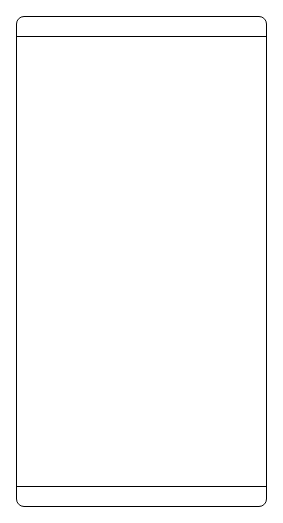
This is Music Flow.drawio from CorpDK/Drawing, a draw.io file, before an edit. Source tidied: cells renumbered, new cells numbered last; positions are measured from the earlier drawing's top-left corner, leaving out a move shared by most shapes. Both pictures are drawn from the tidied source at 100%, with x=0, y=0 at pixel (16, 16).
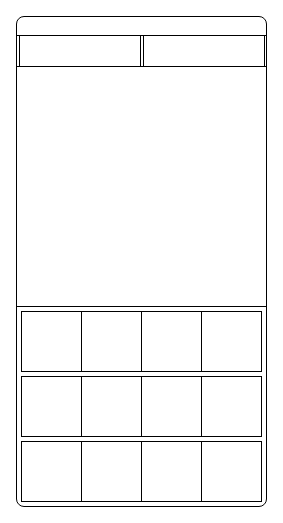
After the change.

What changed in the source:
```diff
@@
-    <mxCell id="3" style="rounded=0;whiteSpace=wrap;html=1;" parent="1" vertex="1">
-      <mxGeometry y="20" width="250" height="450" as="geometry" />
-    </mxCell>
+    <mxCell id="4" style="endArrow=none;html=1;exitX=1;exitY=0.5;exitDx=0;exitDy=0;entryX=0;entryY=0.5;entryDx=0;entryDy=0;" parent="1" edge="1">
+      <mxGeometry relative="1" as="geometry">
+        <mxPoint x="250" y="19" as="sourcePoint" />
+        <mxPoint y="19" as="targetPoint" />
+      </mxGeometry>
+    </mxCell>
+    <mxCell id="5" style="rounded=0;whiteSpace=wrap;html=1;" parent="1" vertex="1">
+      <mxGeometry y="19" width="250" height="31" as="geometry" />
+    </mxCell>
+    <mxCell id="6" style="rounded=0;whiteSpace=wrap;html=1;" parent="1" vertex="1">
+      <mxGeometry x="3" y="19" width="121" height="31" as="geometry" />
+    </mxCell>
+    <mxCell id="7" style="rounded=0;whiteSpace=wrap;html=1;" parent="1" vertex="1">
+      <mxGeometry x="127" y="19" width="121" height="31" as="geometry" />
+    </mxCell>
+    <mxCell id="8" style="endArrow=none;html=1;entryX=1;entryY=0.5;entryDx=0;entryDy=0;exitX=0;exitY=0.5;exitDx=0;exitDy=0;" parent="1" edge="1">
+      <mxGeometry relative="1" as="geometry">
+        <mxPoint y="290" as="sourcePoint" />
+        <mxPoint x="250" y="290" as="targetPoint" />
+      </mxGeometry>
+    </mxCell>
+    <mxCell id="9" style="whiteSpace=wrap;html=1;" parent="1" vertex="1">
+      <mxGeometry x="5" y="295" width="60" height="60" as="geometry" />
+    </mxCell>
+    <mxCell id="10" style="whiteSpace=wrap;html=1;" parent="1" vertex="1">
+      <mxGeometry x="65" y="295" width="60" height="60" as="geometry" />
+    </mxCell>
+    <mxCell id="11" style="whiteSpace=wrap;html=1;" parent="1" vertex="1">
+      <mxGeometry x="125" y="295" width="60" height="60" as="geometry" />
+    </mxCell>
+    <mxCell id="12" style="whiteSpace=wrap;html=1;" parent="1" vertex="1">
+      <mxGeometry x="185" y="295" width="60" height="60" as="geometry" />
+    </mxCell>
+    <mxCell id="13" style="whiteSpace=wrap;html=1;" parent="1" vertex="1">
+      <mxGeometry x="5" y="360" width="60" height="60" as="geometry" />
+    </mxCell>
+    <mxCell id="14" style="whiteSpace=wrap;html=1;" parent="1" vertex="1">
+      <mxGeometry x="65" y="360" width="60" height="60" as="geometry" />
+    </mxCell>
+    <mxCell id="15" style="whiteSpace=wrap;html=1;" parent="1" vertex="1">
+      <mxGeometry x="125" y="360" width="60" height="60" as="geometry" />
+    </mxCell>
+    <mxCell id="16" style="whiteSpace=wrap;html=1;" parent="1" vertex="1">
+      <mxGeometry x="185" y="360" width="60" height="60" as="geometry" />
+    </mxCell>
+    <mxCell id="17" style="whiteSpace=wrap;html=1;" parent="1" vertex="1">
+      <mxGeometry x="5" y="425" width="60" height="60" as="geometry" />
+    </mxCell>
+    <mxCell id="18" style="whiteSpace=wrap;html=1;" parent="1" vertex="1">
+      <mxGeometry x="65" y="425" width="60" height="60" as="geometry" />
+    </mxCell>
+    <mxCell id="19" style="whiteSpace=wrap;html=1;" parent="1" vertex="1">
+      <mxGeometry x="125" y="425" width="60" height="60" as="geometry" />
+    </mxCell>
+    <mxCell id="20" style="whiteSpace=wrap;html=1;" parent="1" vertex="1">
+      <mxGeometry x="185" y="425" width="60" height="60" as="geometry" />
+    </mxCell>
```
